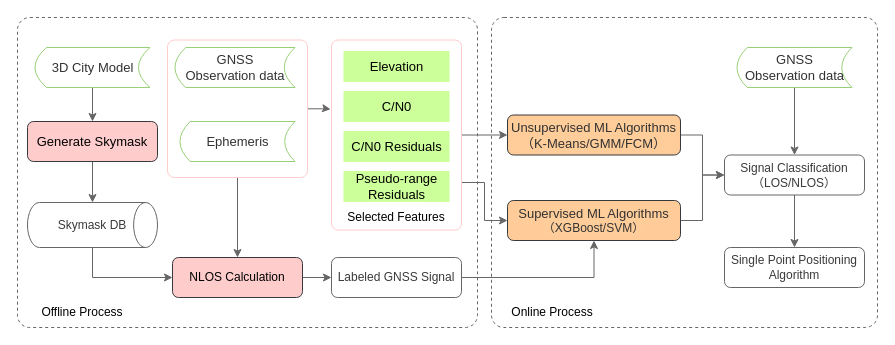
This is drawio/GNSS.drawio from huzihe/pyplot, a draw.io file, before an edit. Source tidied: cells renumbered, new cells numbered last; positions are measured from the earlier drawing's top-left corner, leaving out a move shared by most shapes. Both pictures are drawn from the tidied source at 100%, with x=0, y=0 at pixel (17, 17).
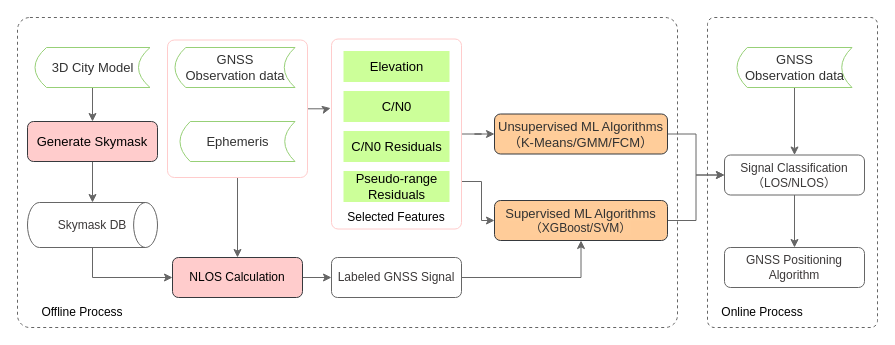
The same page after the edit.

Unchanged cells that the change refers to:
```xml
<mxCell id="23" value="&lt;span style=&quot;font-size: inherit; background-color: rgba(255, 255, 255, 0.01);&quot;&gt;Signal Classification（LOS/NLOS&lt;/span&gt;&lt;span style=&quot;font-size: inherit; background-color: rgba(255, 255, 255, 0.01);&quot;&gt;）&lt;/span&gt;" style="rounded=1;whiteSpace=wrap;html=1;strokeColor=#666666;fontColor=#3c3939;" parent="1" vertex="1">
  <mxGeometry x="707" y="137.5" width="140" height="40" as="geometry" />
</mxCell>
```

Diff of the diagram source:
```diff
@@
     <mxCell id="2" style="rounded=1;whiteSpace=wrap;html=1;arcSize=4;dashed=1;strokeColor=#666666;" parent="1" vertex="1">
-      <mxGeometry width="460" height="310" as="geometry" />
+      <mxGeometry width="660" height="310" as="geometry" />
     </mxCell>
@@
     <mxCell id="6" style="rounded=1;whiteSpace=wrap;html=1;arcSize=4;dashed=1;strokeColor=#666666;" parent="1" vertex="1">
-      <mxGeometry x="474" width="386" height="310" as="geometry" />
+      <mxGeometry x="690" width="170" height="310" as="geometry" />
     </mxCell>
@@
     <mxCell id="9" style="rounded=1;whiteSpace=wrap;html=1;arcSize=5;strokeColor=#FFCCCC;" parent="1" vertex="1">
-      <mxGeometry x="314" y="22.5" width="130" height="190" as="geometry" />
+      <mxGeometry x="314" y="21.5" width="130" height="190" as="geometry" />
     </mxCell>
@@
     <mxCell id="17" value="&lt;span style=&quot;color: rgb(50 , 50 , 50) ; font-size: 13px ; background-color: rgba(255 , 255 , 255 , 0.01)&quot;&gt;Supervised ML Algorithms&lt;/span&gt;&lt;span style=&quot;color: rgb(50 , 50 , 50) ; font-size: inherit ; background-color: rgba(255 , 255 , 255 , 0.01)&quot;&gt;（XGBoost/SVM&lt;/span&gt;&lt;span style=&quot;color: rgb(50 , 50 , 50) ; font-size: inherit ; background-color: rgba(255 , 255 , 255 , 0.01)&quot;&gt;）&lt;/span&gt;" style="rounded=1;whiteSpace=wrap;html=1;fillColor=#ffcc99;strokeColor=#36393d;" parent="1" vertex="1">
-      <mxGeometry x="490" y="183" width="173" height="40" as="geometry" />
+      <mxGeometry x="477" y="183" width="173" height="40" as="geometry" />
     </mxCell>
@@
-    <mxCell id="20" style="edgeStyle=orthogonalEdgeStyle;rounded=0;jettySize=auto;html=1;strokeColor=#666666;" parent="1" edge="1" source="21" target="23">
+    <mxCell id="20" style="edgeStyle=orthogonalEdgeStyle;rounded=0;jettySize=auto;html=1;strokeColor=#666666;entryX=0;entryY=0.5;entryDx=0;entryDy=0;" parent="1" edge="1" source="21" target="23">
       <mxGeometry relative="1" as="geometry" />
     </mxCell>
     <mxCell id="21" value="&lt;span style=&quot;color: rgb(50 , 50 , 50) ; font-size: 13px ; background-color: rgba(255 , 255 , 255 , 0.01)&quot;&gt;Unsupervised ML Algorithms&lt;/span&gt;&lt;div style=&quot;resize: none ; font-size: 13px ; color: rgb(50 , 50 , 50) ; background-color: rgba(255 , 255 , 255 , 0.01)&quot;&gt;（K-Means/GMM/FCM&lt;span style=&quot;font-size: inherit&quot;&gt;）&lt;/span&gt;&lt;/div&gt;" style="rounded=1;whiteSpace=wrap;html=1;fillColor=#ffcc99;strokeColor=#36393d;" parent="1" vertex="1">
-      <mxGeometry x="490" y="97.5" width="173" height="40" as="geometry" />
+      <mxGeometry x="477" y="96.5" width="173" height="40" as="geometry" />
     </mxCell>
@@
-    <mxCell id="35" value="Single Point Positioning Algorithm" style="rounded=1;whiteSpace=wrap;html=1;strokeColor=#666666;fontColor=#3c3939;" parent="1" vertex="1">
+    <mxCell id="35" value="GNSS Positioning Algorithm" style="rounded=1;whiteSpace=wrap;html=1;strokeColor=#666666;fontColor=#3c3939;" parent="1" vertex="1">
       <mxGeometry x="707" y="230" width="140" height="40" as="geometry" />
     </mxCell>
@@
     <mxCell id="37" value="Online Process" style="text;html=1;strokeColor=none;fillColor=none;align=center;verticalAlign=middle;whiteSpace=wrap;rounded=0;" parent="1" vertex="1">
-      <mxGeometry x="480" y="280" width="110" height="30" as="geometry" />
+      <mxGeometry x="690" y="280" width="110" height="30" as="geometry" />
     </mxCell>
```
